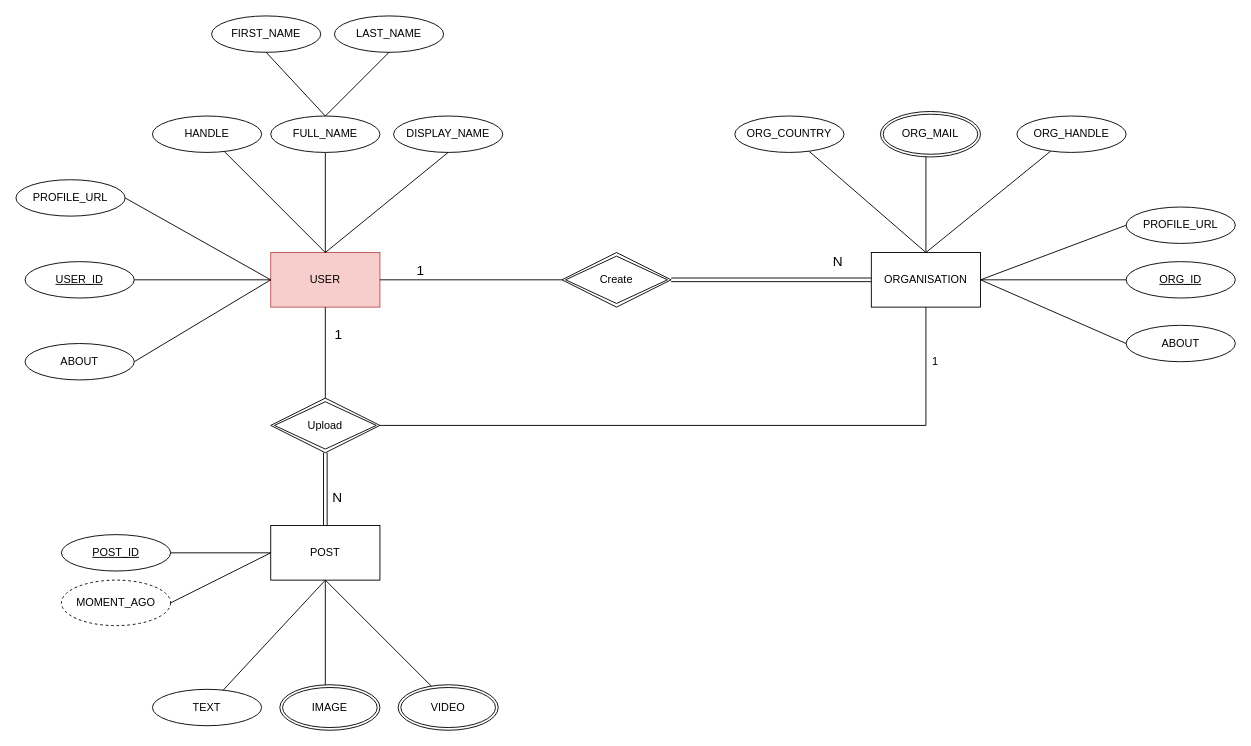
This is codelabz.drawio from mohdhaider07/DrumKit, a draw.io file, before an edit. Source tidied: cells renumbered, new cells numbered last; positions are measured from the earlier drawing's top-left corner, leaving out a move shared by most shapes. Both pictures are drawn from the tidied source at 91%, with x=0, y=0 at pixel (15, 15).
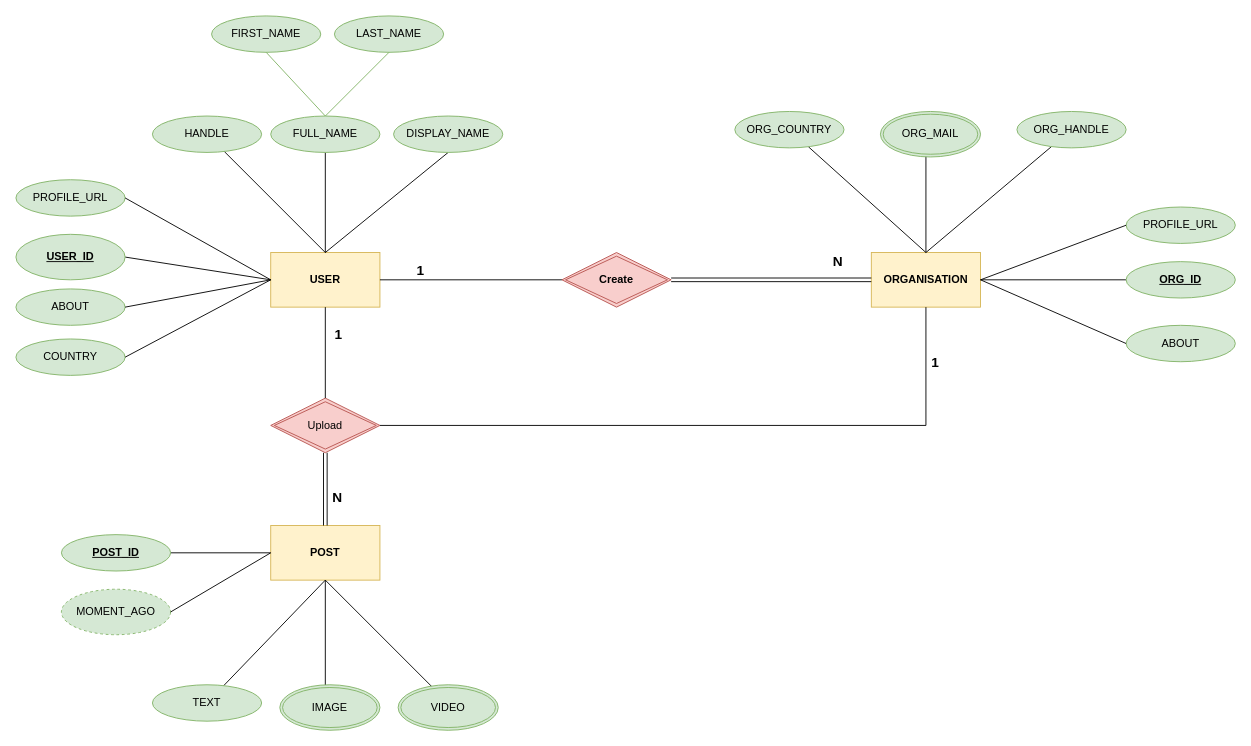
After the change.

Unchanged cells that the change refers to:
```xml
<mxCell id="31" style="shape=link;html=1;rounded=0;exitX=1;exitY=0.5;exitDx=0;exitDy=0;" parent="1" edge="1" source="40">
  <mxGeometry relative="1" as="geometry">
    <mxPoint x="940" y="290" as="targetPoint" />
  </mxGeometry>
</mxCell>
<mxCell id="33" style="shape=link;html=1;rounded=0;exitX=0.5;exitY=1;exitDx=0;exitDy=0;entryX=0.5;entryY=0;entryDx=0;entryDy=0;" parent="1" edge="1" source="39" target="19">
  <mxGeometry relative="1" as="geometry" />
</mxCell>
<mxCell id="41" style="endArrow=none;html=1;rounded=0;exitX=0.5;exitY=1;exitDx=0;exitDy=0;entryX=0.5;entryY=0;entryDx=0;entryDy=0;" parent="1" edge="1" source="2" target="39">
  <mxGeometry relative="1" as="geometry" />
</mxCell>
<mxCell id="43" style="endArrow=none;html=1;rounded=0;exitX=1;exitY=0.5;exitDx=0;exitDy=0;entryX=0;entryY=0.5;entryDx=0;entryDy=0;" parent="1" edge="1" source="2" target="40">
  <mxGeometry relative="1" as="geometry" />
</mxCell>
```

Diff of the diagram source:
```diff
@@
-    <mxCell id="2" value="USER" style="rounded=0;whiteSpace=wrap;html=1;fillColor=#f8cecc;strokeColor=#b85450;" parent="1" vertex="1">
+    <mxCell id="2" value="USER" style="rounded=0;whiteSpace=wrap;html=1;fillColor=#fff2cc;strokeColor=#d6b656;fontStyle=1;" parent="1" vertex="1">
       <mxGeometry x="280" y="260" width="120" height="60" as="geometry" />
     </mxCell>
@@
-    <mxCell id="4" value="FULL_NAME" style="ellipse;whiteSpace=wrap;html=1;" parent="1" vertex="1">
+    <mxCell id="4" value="FULL_NAME" style="ellipse;whiteSpace=wrap;html=1;fillColor=#d5e8d4;strokeColor=#82b366;" parent="1" vertex="1">
       <mxGeometry x="280" y="110" width="120" height="40" as="geometry" />
     </mxCell>
@@
-    <mxCell id="6" value="HANDLE" style="ellipse;whiteSpace=wrap;html=1;" parent="1" vertex="1">
+    <mxCell id="6" value="HANDLE" style="ellipse;whiteSpace=wrap;html=1;fillColor=#d5e8d4;strokeColor=#82b366;" parent="1" vertex="1">
       <mxGeometry x="150" y="110" width="120" height="40" as="geometry" />
     </mxCell>
@@
-    <mxCell id="8" value="DISPLAY_NAME" style="ellipse;whiteSpace=wrap;html=1;" parent="1" vertex="1">
+    <mxCell id="8" value="DISPLAY_NAME" style="ellipse;whiteSpace=wrap;html=1;fillColor=#d5e8d4;strokeColor=#82b366;" parent="1" vertex="1">
       <mxGeometry x="415" y="110" width="120" height="40" as="geometry" />
     </mxCell>
-    <mxCell id="9" value="ORGANISATION" style="rounded=0;whiteSpace=wrap;html=1;" parent="1" vertex="1">
+    <mxCell id="9" value="ORGANISATION" style="rounded=0;whiteSpace=wrap;html=1;fillColor=#fff2cc;strokeColor=#d6b656;fontStyle=1;" parent="1" vertex="1">
       <mxGeometry x="940" y="260" width="120" height="60" as="geometry" />
     </mxCell>
@@
-    <mxCell id="11" value="&lt;u&gt;USER_ID&lt;/u&gt;" style="ellipse;whiteSpace=wrap;html=1;" parent="1" vertex="1">
-      <mxGeometry x="10" y="270" width="120" height="40" as="geometry" />
-    </mxCell>
@@
-    <mxCell id="13" value="ORG_COUNTRY" style="ellipse;whiteSpace=wrap;html=1;" parent="1" vertex="1">
-      <mxGeometry x="790" y="110" width="120" height="40" as="geometry" />
+    <mxCell id="13" value="ORG_COUNTRY" style="ellipse;whiteSpace=wrap;html=1;fillColor=#d5e8d4;strokeColor=#82b366;" parent="1" vertex="1">
+      <mxGeometry x="790" y="105" width="120" height="40" as="geometry" />
     </mxCell>
@@
-    <mxCell id="16" value="ORG_HANDLE" style="ellipse;whiteSpace=wrap;html=1;" parent="1" vertex="1">
-      <mxGeometry x="1100" y="110" width="120" height="40" as="geometry" />
+    <mxCell id="16" value="ORG_HANDLE" style="ellipse;whiteSpace=wrap;html=1;fillColor=#d5e8d4;strokeColor=#82b366;" parent="1" vertex="1">
+      <mxGeometry x="1100" y="105" width="120" height="40" as="geometry" />
     </mxCell>
@@
-    <mxCell id="18" value="&lt;u&gt;ORG_ID&lt;/u&gt;" style="ellipse;whiteSpace=wrap;html=1;" parent="1" vertex="1">
+    <mxCell id="18" value="&lt;u&gt;ORG_ID&lt;/u&gt;" style="ellipse;whiteSpace=wrap;html=1;fillColor=#d5e8d4;strokeColor=#82b366;fontStyle=1;" parent="1" vertex="1">
       <mxGeometry x="1220" y="270" width="120" height="40" as="geometry" />
     </mxCell>
-    <mxCell id="19" value="POST" style="rounded=0;whiteSpace=wrap;html=1;" parent="1" vertex="1">
+    <mxCell id="19" value="POST" style="rounded=0;whiteSpace=wrap;html=1;fillColor=#fff2cc;strokeColor=#d6b656;fontStyle=1;" parent="1" vertex="1">
       <mxGeometry x="280" y="560" width="120" height="60" as="geometry" />
     </mxCell>
@@
-    <mxCell id="21" value="&lt;u&gt;POST_ID&lt;/u&gt;" style="ellipse;whiteSpace=wrap;html=1;" parent="1" vertex="1">
+    <mxCell id="21" value="&lt;u&gt;POST_ID&lt;/u&gt;" style="ellipse;whiteSpace=wrap;html=1;fillColor=#d5e8d4;strokeColor=#82b366;fontStyle=1;" parent="1" vertex="1">
       <mxGeometry x="50" y="570" width="120" height="40" as="geometry" />
     </mxCell>
@@
-    <mxCell id="24" value="TEXT" style="ellipse;whiteSpace=wrap;html=1;" parent="1" vertex="1">
-      <mxGeometry x="150" y="740" width="120" height="40" as="geometry" />
+    <mxCell id="24" value="TEXT" style="ellipse;whiteSpace=wrap;html=1;fillColor=#d5e8d4;strokeColor=#82b366;" parent="1" vertex="1">
+      <mxGeometry x="150" y="735" width="120" height="40" as="geometry" />
     </mxCell>
@@
-    <mxCell id="27" value="1" style="text;html=1;align=center;verticalAlign=middle;strokeColor=none;fillColor=none;" parent="1" vertex="1">
+    <mxCell id="27" value="1" style="text;html=1;align=center;verticalAlign=middle;strokeColor=none;fillColor=none;fontSize=15;fontStyle=1;" parent="1" vertex="1">
       <mxGeometry x="995" y="365" width="30" height="30" as="geometry" />
     </mxCell>
-    <mxCell id="28" value="IMAGE" style="ellipse;shape=doubleEllipse;margin=3;whiteSpace=wrap;html=1;align=center;" parent="1" vertex="1">
+    <mxCell id="28" value="IMAGE" style="ellipse;shape=doubleEllipse;margin=3;whiteSpace=wrap;html=1;align=center;fillColor=#d5e8d4;strokeColor=#82b366;" parent="1" vertex="1">
       <mxGeometry x="290" y="735" width="110" height="50" as="geometry" />
     </mxCell>
-    <mxCell id="29" value="VIDEO" style="ellipse;shape=doubleEllipse;margin=3;whiteSpace=wrap;html=1;align=center;" parent="1" vertex="1">
+    <mxCell id="29" value="VIDEO" style="ellipse;shape=doubleEllipse;margin=3;whiteSpace=wrap;html=1;align=center;fillColor=#d5e8d4;strokeColor=#82b366;" parent="1" vertex="1">
       <mxGeometry x="420" y="735" width="110" height="50" as="geometry" />
     </mxCell>
-    <mxCell id="30" value="ORG_MAIL" style="ellipse;shape=doubleEllipse;margin=3;whiteSpace=wrap;html=1;align=center;" parent="1" vertex="1">
+    <mxCell id="30" value="ORG_MAIL" style="ellipse;shape=doubleEllipse;margin=3;whiteSpace=wrap;html=1;align=center;fillColor=#d5e8d4;strokeColor=#82b366;" parent="1" vertex="1">
       <mxGeometry x="950" y="105" width="110" height="50" as="geometry" />
     </mxCell>
@@
-    <mxCell id="32" value="N" style="html=1;whiteSpace=wrap;align=right;verticalAlign=bottom;fontSize=15;" parent="31" vertex="1">
+    <mxCell id="32" value="N" style="html=1;whiteSpace=wrap;align=right;verticalAlign=bottom;fontSize=15;fontStyle=1;" parent="31" vertex="1">
       <mxGeometry x="1" relative="1" as="geometry">
         <mxPoint x="-30" y="-10" as="offset" />
       </mxGeometry>
     </mxCell>
@@
-    <mxCell id="34" value="N" style="html=1;whiteSpace=wrap;align=right;verticalAlign=bottom;fontSize=15;" parent="33" vertex="1">
+    <mxCell id="34" value="N" style="html=1;whiteSpace=wrap;align=right;verticalAlign=bottom;fontSize=15;fontStyle=1;" parent="33" vertex="1">
       <mxGeometry x="1" relative="1" as="geometry">
         <mxPoint x="20" y="-20" as="offset" />
       </mxGeometry>
     </mxCell>
-    <mxCell id="35" value="FIRST_NAME" style="ellipse;whiteSpace=wrap;html=1;" parent="1" vertex="1">
+    <mxCell id="35" value="FIRST_NAME" style="ellipse;whiteSpace=wrap;html=1;fillColor=#d5e8d4;strokeColor=#82b366;" parent="1" vertex="1">
       <mxGeometry x="215" width="120" height="40" as="geometry" />
     </mxCell>
-    <mxCell id="36" value="LAST_NAME" style="ellipse;whiteSpace=wrap;html=1;" parent="1" vertex="1">
+    <mxCell id="36" value="LAST_NAME" style="ellipse;whiteSpace=wrap;html=1;fillColor=#d5e8d4;strokeColor=#82b366;" parent="1" vertex="1">
       <mxGeometry x="350" width="120" height="40" as="geometry" />
     </mxCell>
-    <mxCell id="37" style="endArrow=none;html=1;rounded=0;entryX=0.5;entryY=1;entryDx=0;entryDy=0;exitX=0.5;exitY=0;exitDx=0;exitDy=0;" parent="1" edge="1" source="4" target="36">
+    <mxCell id="37" style="endArrow=none;html=1;rounded=0;entryX=0.5;entryY=1;entryDx=0;entryDy=0;exitX=0.5;exitY=0;exitDx=0;exitDy=0;fillColor=#d5e8d4;strokeColor=#82b366;" parent="1" edge="1" source="4" target="36">
       <mxGeometry relative="1" as="geometry" />
     </mxCell>
-    <mxCell id="38" style="endArrow=none;html=1;rounded=0;entryX=0.5;entryY=1;entryDx=0;entryDy=0;" parent="1" edge="1" target="35">
+    <mxCell id="38" style="endArrow=none;html=1;rounded=0;entryX=0.5;entryY=1;entryDx=0;entryDy=0;fillColor=#d5e8d4;strokeColor=#82b366;" parent="1" edge="1" target="35">
       <mxGeometry relative="1" as="geometry">
         <mxPoint x="340" y="110" as="sourcePoint" />
       </mxGeometry>
     </mxCell>
-    <mxCell id="39" value="Upload" style="shape=rhombus;double=1;perimeter=rhombusPerimeter;whiteSpace=wrap;html=1;align=center;" parent="1" vertex="1">
+    <mxCell id="39" value="Upload" style="shape=rhombus;double=1;perimeter=rhombusPerimeter;whiteSpace=wrap;html=1;align=center;fillColor=#f8cecc;strokeColor=#b85450;" parent="1" vertex="1">
       <mxGeometry x="280" y="420" width="120" height="60" as="geometry" />
     </mxCell>
-    <mxCell id="40" value="Create" style="shape=rhombus;double=1;perimeter=rhombusPerimeter;whiteSpace=wrap;html=1;align=center;" parent="1" vertex="1">
+    <mxCell id="40" value="Create" style="shape=rhombus;double=1;perimeter=rhombusPerimeter;whiteSpace=wrap;html=1;align=center;fillColor=#f8cecc;strokeColor=#b85450;fontStyle=1;" parent="1" vertex="1">
       <mxGeometry x="600" y="260" width="120" height="60" as="geometry" />
     </mxCell>
@@
-    <mxCell id="42" value="1" style="html=1;whiteSpace=wrap;align=right;verticalAlign=bottom;fontSize=15;" parent="41" vertex="1">
+    <mxCell id="42" value="1" style="html=1;whiteSpace=wrap;align=right;verticalAlign=bottom;fontSize=15;fontStyle=1;" parent="41" vertex="1">
       <mxGeometry x="1" relative="1" as="geometry">
         <mxPoint x="20" y="-60" as="offset" />
       </mxGeometry>
     </mxCell>
@@
-    <mxCell id="44" value="1" style="html=1;whiteSpace=wrap;align=right;verticalAlign=bottom;fontSize=15;" parent="43" vertex="1">
+    <mxCell id="44" value="1" style="html=1;whiteSpace=wrap;align=right;verticalAlign=bottom;fontSize=15;fontStyle=1;" parent="43" vertex="1">
       <mxGeometry x="1" relative="1" as="geometry">
         <mxPoint x="-150" as="offset" />
       </mxGeometry>
     </mxCell>
-    <mxCell id="45" value="PROFILE_URL" style="ellipse;whiteSpace=wrap;html=1;" parent="1" vertex="1">
+    <mxCell id="45" value="PROFILE_URL" style="ellipse;whiteSpace=wrap;html=1;fillColor=#d5e8d4;strokeColor=#82b366;" parent="1" vertex="1">
       <mxGeometry y="180" width="120" height="40" as="geometry" />
     </mxCell>
@@
-    <mxCell id="47" value="PROFILE_URL" style="ellipse;whiteSpace=wrap;html=1;" parent="1" vertex="1">
+    <mxCell id="47" value="PROFILE_URL" style="ellipse;whiteSpace=wrap;html=1;fillColor=#d5e8d4;strokeColor=#82b366;" parent="1" vertex="1">
       <mxGeometry x="1220" y="210" width="120" height="40" as="geometry" />
     </mxCell>
@@
-    <mxCell id="49" value="MOMENT_AGO" style="ellipse;whiteSpace=wrap;html=1;align=center;dashed=1;" parent="1" vertex="1">
-      <mxGeometry x="50" y="620" width="120" height="50" as="geometry" />
+    <mxCell id="49" value="MOMENT_AGO" style="ellipse;whiteSpace=wrap;html=1;align=center;dashed=1;fillColor=#d5e8d4;strokeColor=#82b366;" parent="1" vertex="1">
+      <mxGeometry x="50" y="630" width="120" height="50" as="geometry" />
     </mxCell>
@@
-    <mxCell id="51" value="ABOUT" style="ellipse;whiteSpace=wrap;html=1;" parent="1" vertex="1">
-      <mxGeometry x="10" y="360" width="120" height="40" as="geometry" />
+    <mxCell id="51" value="ABOUT" style="ellipse;whiteSpace=wrap;html=1;fillColor=#d5e8d4;strokeColor=#82b366;" parent="1" vertex="1">
+      <mxGeometry y="300" width="120" height="40" as="geometry" />
     </mxCell>
@@
-    <mxCell id="53" value="ABOUT" style="ellipse;whiteSpace=wrap;html=1;" parent="1" vertex="1">
+    <mxCell id="53" value="ABOUT" style="ellipse;whiteSpace=wrap;html=1;fillColor=#d5e8d4;strokeColor=#82b366;" parent="1" vertex="1">
       <mxGeometry x="1220" y="340" width="120" height="40" as="geometry" />
     </mxCell>
@@
+    <mxCell id="55" value="COUNTRY" style="ellipse;whiteSpace=wrap;html=1;fillColor=#d5e8d4;strokeColor=#82b366;" parent="1" vertex="1">
+      <mxGeometry y="355" width="120" height="40" as="geometry" />
+    </mxCell>
+    <mxCell id="11" value="USER_ID" style="ellipse;whiteSpace=wrap;html=1;align=center;fontStyle=5;fillColor=#d5e8d4;strokeColor=#82b366;" parent="1" vertex="1">
+      <mxGeometry y="240" width="120" height="50" as="geometry" />
+    </mxCell>
+    <mxCell id="56" style="endArrow=none;html=1;rounded=0;entryX=1;entryY=0.5;entryDx=0;entryDy=0;" parent="1" edge="1" target="55">
+      <mxGeometry relative="1" as="geometry">
+        <mxPoint x="280" y="290" as="sourcePoint" />
+      </mxGeometry>
+    </mxCell>
```
